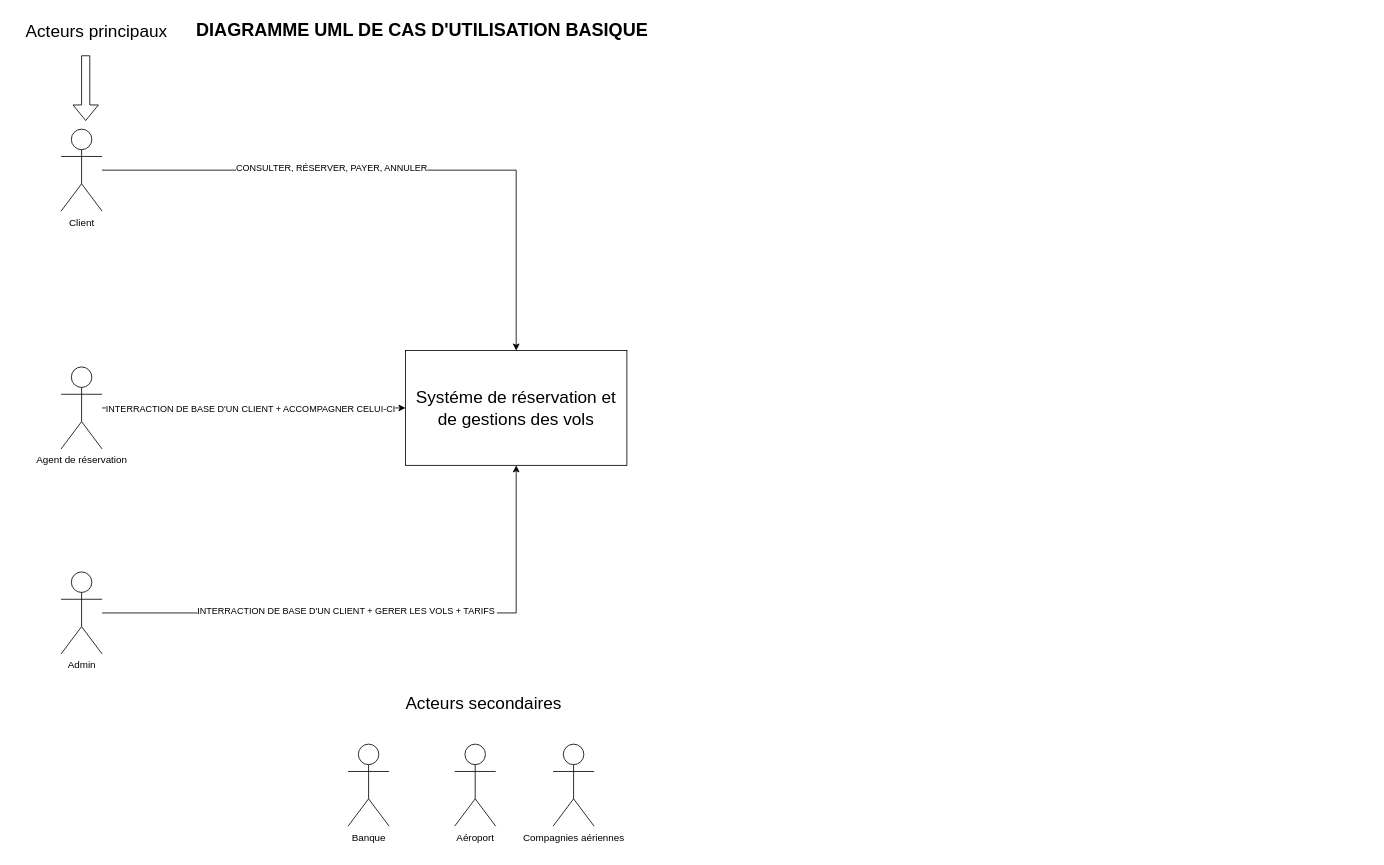
The draw.io diagram Diagramme uml .drawio in MarioLeZinZin/TD_UML, before the edit. Source tidied: cells renumbered, new cells numbered last; positions are measured from the earlier drawing's top-left corner, leaving out a move shared by most shapes. Both pictures are drawn from the tidied source at 82%, with x=0, y=0 at pixel (14, 14).
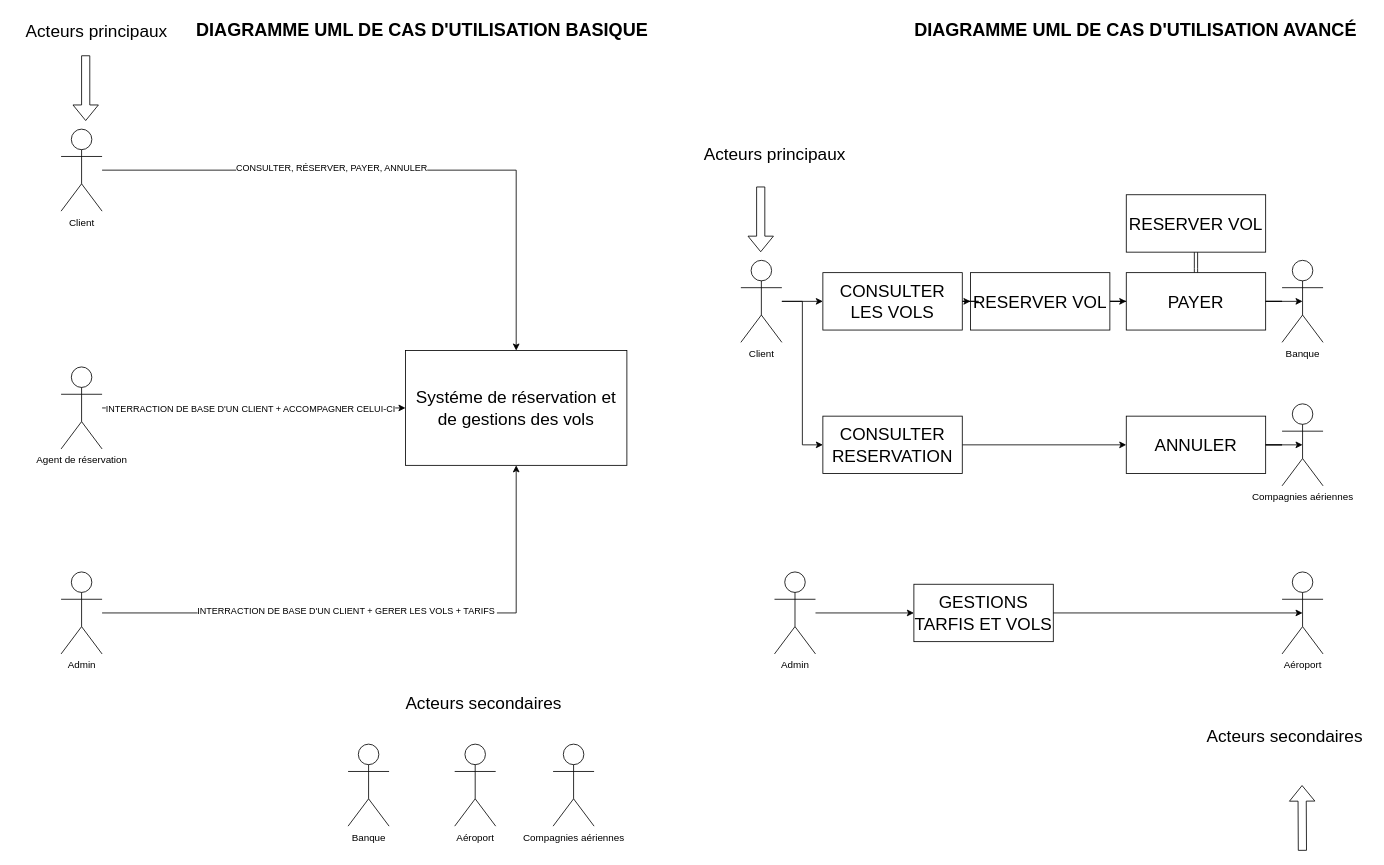
After the change.

Commit message:
ajout diagramme UML de cas d'utilisation avancé .drawio

Diff of the diagram source:
```diff
@@
+    <mxCell id="19" style="edgeStyle=orthogonalEdgeStyle;rounded=0;jettySize=auto;html=1;" parent="1" edge="1" source="21" target="33">
+      <mxGeometry relative="1" as="geometry" />
+    </mxCell>
+    <mxCell id="20" style="edgeStyle=orthogonalEdgeStyle;rounded=0;jettySize=auto;html=1;entryX=0;entryY=0.5;entryDx=0;entryDy=0;" parent="1" edge="1" source="21" target="44">
+      <mxGeometry relative="1" as="geometry" />
+    </mxCell>
+    <mxCell id="21" value="Client" style="shape=umlActor;verticalLabelPosition=bottom;verticalAlign=top;html=1;" parent="1" vertex="1">
+      <mxGeometry x="886" y="300" width="50" height="100" as="geometry" />
+    </mxCell>
+    <mxCell id="22" style="edgeStyle=orthogonalEdgeStyle;rounded=0;jettySize=auto;html=1;entryX=0;entryY=0.5;entryDx=0;entryDy=0;" parent="1" edge="1" source="23" target="38">
+      <mxGeometry relative="1" as="geometry" />
+    </mxCell>
+    <mxCell id="23" value="Admin" style="shape=umlActor;verticalLabelPosition=bottom;verticalAlign=top;html=1;" parent="1" vertex="1">
+      <mxGeometry x="927" y="680" width="50" height="100" as="geometry" />
+    </mxCell>
+    <mxCell id="24" value="Banque" style="shape=umlActor;verticalLabelPosition=bottom;verticalAlign=top;html=1;" parent="1" vertex="1">
+      <mxGeometry x="1546" y="300" width="50" height="100" as="geometry" />
+    </mxCell>
+    <mxCell id="25" value="Aéroport" style="shape=umlActor;verticalLabelPosition=bottom;verticalAlign=top;html=1;" parent="1" vertex="1">
+      <mxGeometry x="1546" y="680" width="50" height="100" as="geometry" />
+    </mxCell>
+    <mxCell id="26" value="Compagnies aériennes" style="shape=umlActor;verticalLabelPosition=bottom;verticalAlign=top;html=1;" parent="1" vertex="1">
+      <mxGeometry x="1546" y="475" width="50" height="100" as="geometry" />
+    </mxCell>
+    <mxCell id="27" value="&lt;font style=&quot;font-size: 21px;&quot;&gt;Acteurs principaux&lt;/font&gt;" style="text;html=1;align=center;verticalAlign=middle;strokeColor=none;fillColor=none;" parent="1" vertex="1">
+      <mxGeometry x="827" y="150" width="200" height="40" as="geometry" />
+    </mxCell>
+    <mxCell id="28" style="shape=flexArrow;endArrow=classic;html=1;rounded=0;" parent="1" edge="1">
+      <mxGeometry relative="1" as="geometry">
+        <mxPoint x="910.2" y="210" as="sourcePoint" />
+        <mxPoint x="910.2" y="290" as="targetPoint" />
+      </mxGeometry>
+    </mxCell>
+    <mxCell id="29" value="&lt;font style=&quot;font-size: 22px;&quot;&gt;&lt;b&gt;DIAGRAMME UML DE CAS D'UTILISATION AVANCÉ&lt;/b&gt;&lt;/font&gt;" style="text;html=1;align=center;verticalAlign=middle;strokeColor=none;fillColor=none;" parent="1" vertex="1">
+      <mxGeometry x="1087" width="560" height="40" as="geometry" />
+    </mxCell>
+    <mxCell id="30" style="edgeStyle=orthogonalEdgeStyle;rounded=0;jettySize=auto;html=1;" parent="1" edge="1" source="31" target="35">
+      <mxGeometry relative="1" as="geometry" />
+    </mxCell>
+    <mxCell id="31" value="&lt;span style=&quot;font-size: 21px;&quot;&gt;RESERVER VOL&lt;/span&gt;" style="html=1;whiteSpace=wrap;" parent="1" vertex="1">
+      <mxGeometry x="1166" y="315" width="170" height="70" as="geometry" />
+    </mxCell>
+    <mxCell id="32" style="edgeStyle=orthogonalEdgeStyle;rounded=0;jettySize=auto;html=1;entryX=0;entryY=0.5;entryDx=0;entryDy=0;" parent="1" edge="1" source="33" target="31">
+      <mxGeometry relative="1" as="geometry" />
+    </mxCell>
+    <mxCell id="33" value="&lt;span style=&quot;font-size: 21px;&quot;&gt;CONSULTER LES VOLS&lt;/span&gt;" style="html=1;whiteSpace=wrap;" parent="1" vertex="1">
+      <mxGeometry x="986" y="315" width="170" height="70" as="geometry" />
+    </mxCell>
+    <mxCell id="34" style="edgeStyle=orthogonalEdgeStyle;rounded=0;jettySize=auto;html=1;exitX=0.5;exitY=0;exitDx=0;exitDy=0;shape=link;" parent="1" edge="1" source="35" target="37">
+      <mxGeometry relative="1" as="geometry" />
+    </mxCell>
+    <mxCell id="35" value="&lt;span style=&quot;font-size: 21px;&quot;&gt;PAYER&lt;/span&gt;" style="html=1;whiteSpace=wrap;" parent="1" vertex="1">
+      <mxGeometry x="1356" y="315" width="170" height="70" as="geometry" />
+    </mxCell>
+    <mxCell id="36" style="edgeStyle=orthogonalEdgeStyle;rounded=0;jettySize=auto;html=1;exitX=1;exitY=0.5;exitDx=0;exitDy=0;entryX=0.5;entryY=0.5;entryDx=0;entryDy=0;entryPerimeter=0;" parent="1" edge="1" source="35" target="24">
+      <mxGeometry relative="1" as="geometry" />
+    </mxCell>
+    <mxCell id="37" value="&lt;span style=&quot;font-size: 21px;&quot;&gt;RESERVER VOL&lt;/span&gt;" style="html=1;whiteSpace=wrap;" parent="1" vertex="1">
+      <mxGeometry x="1356" y="220" width="170" height="70" as="geometry" />
+    </mxCell>
+    <mxCell id="38" value="&lt;span style=&quot;font-size: 21px;&quot;&gt;GESTIONS TARFIS ET VOLS&lt;/span&gt;" style="html=1;whiteSpace=wrap;" parent="1" vertex="1">
+      <mxGeometry x="1097" y="695" width="170" height="70" as="geometry" />
+    </mxCell>
+    <mxCell id="39" style="edgeStyle=orthogonalEdgeStyle;rounded=0;jettySize=auto;html=1;entryX=0.5;entryY=0.5;entryDx=0;entryDy=0;entryPerimeter=0;" parent="1" edge="1" source="38" target="25">
+      <mxGeometry relative="1" as="geometry" />
+    </mxCell>
+    <mxCell id="40" value="&lt;font style=&quot;font-size: 21px;&quot;&gt;Acteurs secondaires&lt;/font&gt;" style="text;html=1;align=center;verticalAlign=middle;strokeColor=none;fillColor=none;" parent="1" vertex="1">
+      <mxGeometry x="1444" y="860" width="210" height="40" as="geometry" />
+    </mxCell>
+    <mxCell id="41" style="shape=flexArrow;endArrow=classic;html=1;rounded=0;" parent="1" edge="1">
+      <mxGeometry relative="1" as="geometry">
+        <mxPoint x="1570.8" y="1020" as="sourcePoint" />
+        <mxPoint x="1570.4" y="940" as="targetPoint" />
+      </mxGeometry>
+    </mxCell>
+    <mxCell id="42" value="&lt;span style=&quot;font-size: 21px;&quot;&gt;ANNULER&lt;/span&gt;" style="html=1;whiteSpace=wrap;" parent="1" vertex="1">
+      <mxGeometry x="1356" y="490" width="170" height="70" as="geometry" />
+    </mxCell>
+    <mxCell id="43" style="edgeStyle=orthogonalEdgeStyle;rounded=0;jettySize=auto;html=1;" parent="1" edge="1" source="44" target="42">
+      <mxGeometry relative="1" as="geometry" />
+    </mxCell>
+    <mxCell id="44" value="&lt;span style=&quot;font-size: 21px;&quot;&gt;CONSULTER RESERVATION&lt;/span&gt;" style="html=1;whiteSpace=wrap;" parent="1" vertex="1">
+      <mxGeometry x="986" y="490" width="170" height="70" as="geometry" />
+    </mxCell>
+    <mxCell id="45" style="edgeStyle=orthogonalEdgeStyle;rounded=0;jettySize=auto;html=1;entryX=0.5;entryY=0.5;entryDx=0;entryDy=0;entryPerimeter=0;" parent="1" edge="1" source="42" target="26">
+      <mxGeometry relative="1" as="geometry" />
+    </mxCell>
```
